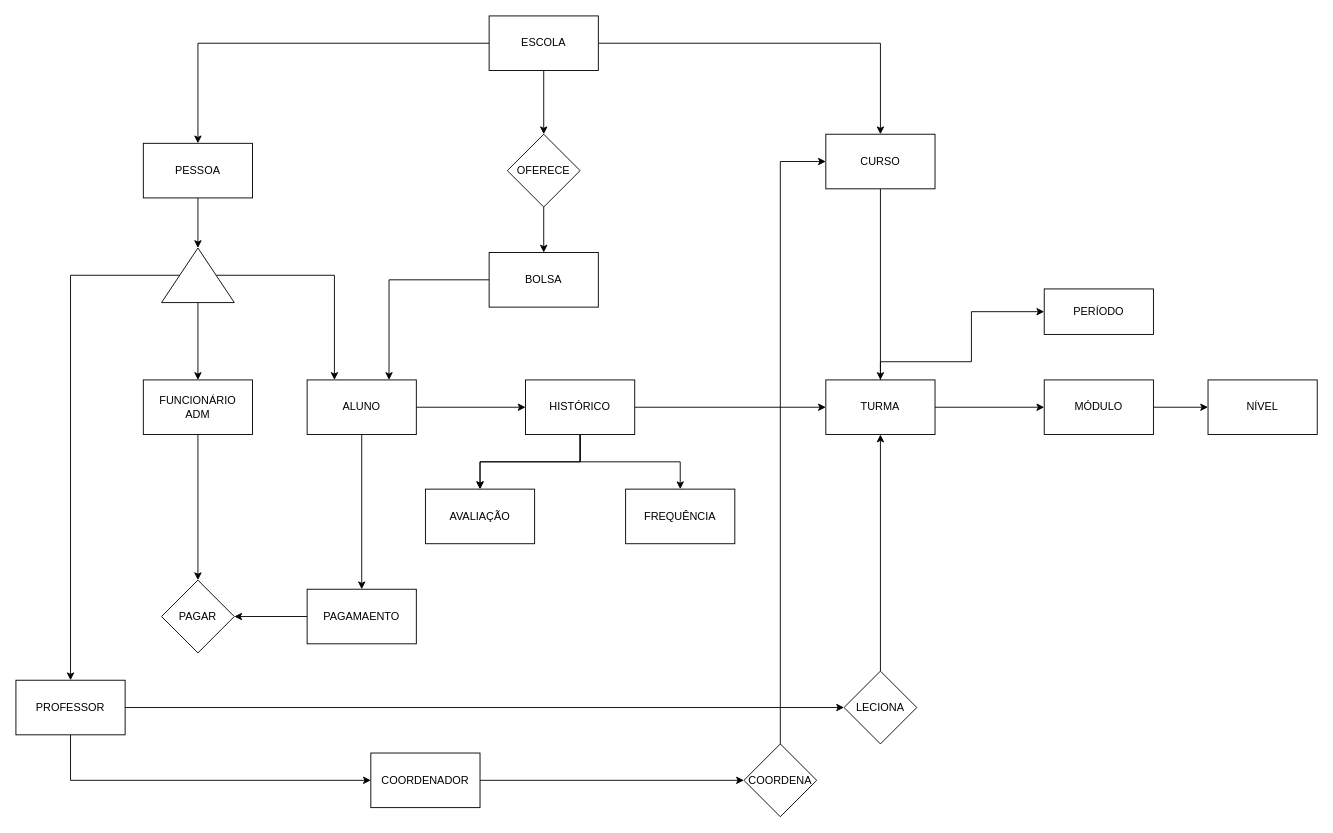
Before: diagrama2.0.drawio in n1lima/diagrama2.0_BD, a draw.io diagram. Source tidied: cells renumbered, new cells numbered last; positions are measured from the earlier drawing's top-left corner, leaving out a move shared by most shapes. Both pictures are drawn from the tidied source at 91%, with x=0, y=0 at pixel (15, 15).
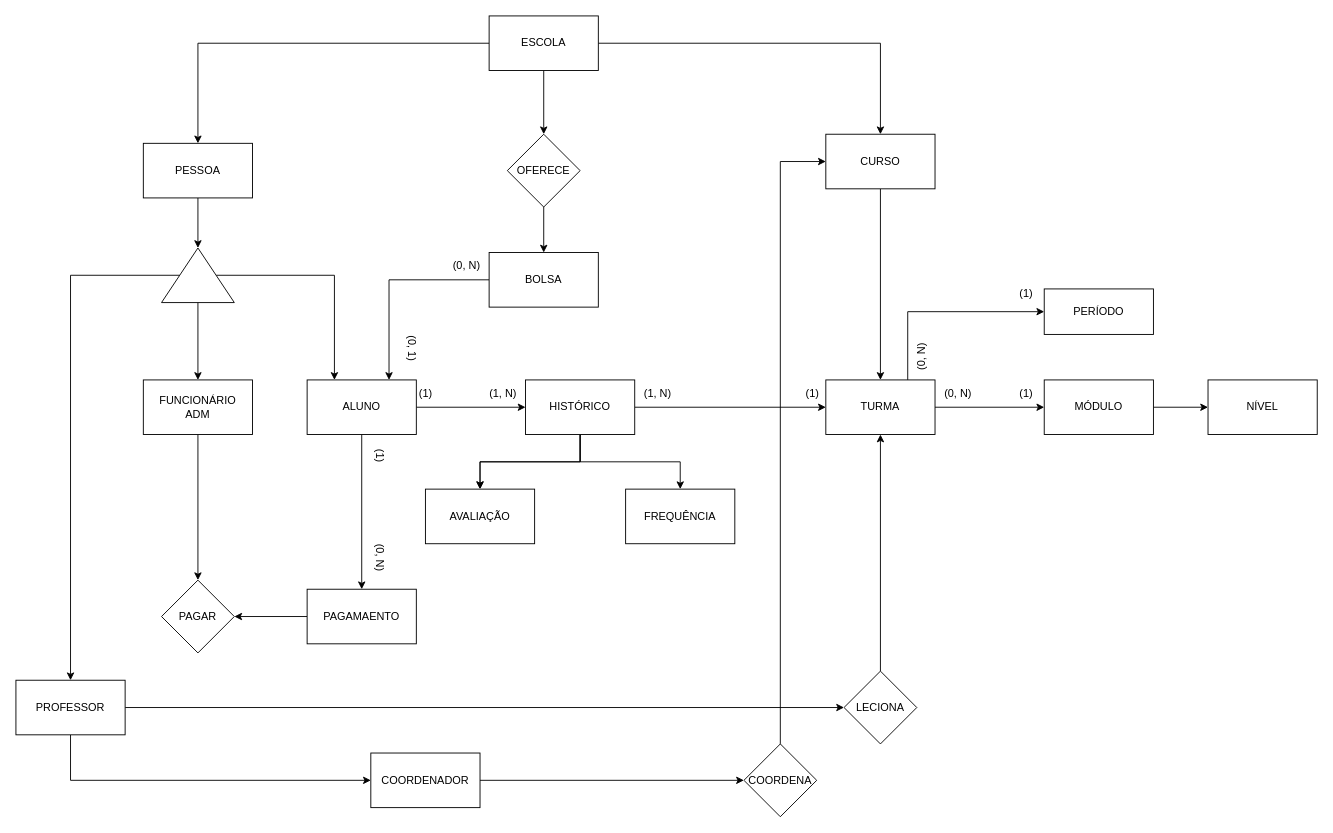
Above is the later version.

The change refers to these unchanged cells:
```xml
<mxCell id="28" value="&lt;font style=&quot;color: light-dark(rgb(0, 0, 0), rgb(0, 0, 0));&quot;&gt;TURMA&lt;/font&gt;" style="whiteSpace=wrap;html=1;fillColor=light-dark(#FFFFFF,#FFFFFF);" parent="1" vertex="1">
  <mxGeometry x="890" y="400" width="120" height="60" as="geometry" />
</mxCell>
<mxCell id="29" value="&lt;font style=&quot;color: light-dark(rgb(0, 0, 0), rgb(0, 0, 0));&quot;&gt;PERÍODO&lt;/font&gt;" style="whiteSpace=wrap;html=1;fillColor=light-dark(#FFFFFF,#FFFFFF);" parent="1" vertex="1">
  <mxGeometry x="1130" y="300" width="120" height="50" as="geometry" />
</mxCell>
```

Change to the diagram source:
```diff
@@
     <mxCell id="26" style="edgeStyle=orthogonalEdgeStyle;rounded=0;jettySize=auto;html=1;" parent="1" edge="1" source="28" target="29">
       <mxGeometry relative="1" as="geometry">
         <Array as="points">
-          <mxPoint x="1050" y="380" />
+          <mxPoint x="980" y="325" />
         </Array>
       </mxGeometry>
     </mxCell>
@@
+    <mxCell id="50" value="(0, N)" style="text;html=1;align=center;verticalAlign=middle;strokeColor=none;fillColor=none;" parent="1" vertex="1">
+      <mxGeometry x="470" y="260" width="50" height="30" as="geometry" />
+    </mxCell>
+    <mxCell id="51" value="(0, 1)" style="text;html=1;align=center;verticalAlign=middle;strokeColor=none;fillColor=none;rotation=90;" parent="1" vertex="1">
+      <mxGeometry x="410" y="350" width="50" height="30" as="geometry" />
+    </mxCell>
+    <mxCell id="52" value="(1, N)" style="text;html=1;align=center;verticalAlign=middle;strokeColor=none;fillColor=none;" parent="1" vertex="1">
+      <mxGeometry x="680" y="400" width="50" height="30" as="geometry" />
+    </mxCell>
+    <mxCell id="53" value="(1)" style="text;html=1;align=center;verticalAlign=middle;strokeColor=none;fillColor=none;" parent="1" vertex="1">
+      <mxGeometry x="855" y="400" width="40" height="30" as="geometry" />
+    </mxCell>
+    <mxCell id="54" value="(1)" style="text;html=1;align=center;verticalAlign=middle;strokeColor=none;fillColor=none;" parent="1" vertex="1">
+      <mxGeometry x="430" y="400" width="40" height="30" as="geometry" />
+    </mxCell>
+    <mxCell id="55" value="(1, N)" style="text;html=1;align=center;verticalAlign=middle;strokeColor=none;fillColor=none;" parent="1" vertex="1">
+      <mxGeometry x="510" y="400" width="50" height="30" as="geometry" />
+    </mxCell>
+    <mxCell id="56" value="(1)" style="text;html=1;align=center;verticalAlign=middle;strokeColor=none;fillColor=none;rotation=90;" parent="1" vertex="1">
+      <mxGeometry x="380" y="468" width="40" height="30" as="geometry" />
+    </mxCell>
+    <mxCell id="57" value="(0, N)" style="text;html=1;align=center;verticalAlign=middle;strokeColor=none;fillColor=none;rotation=90;" parent="1" vertex="1">
+      <mxGeometry x="375" y="580" width="50" height="30" as="geometry" />
+    </mxCell>
+    <mxCell id="58" value="(1)" style="text;html=1;align=center;verticalAlign=middle;strokeColor=none;fillColor=none;" parent="1" vertex="1">
+      <mxGeometry x="1090" y="290" width="40" height="30" as="geometry" />
+    </mxCell>
+    <mxCell id="59" value="(1)" style="text;html=1;align=center;verticalAlign=middle;strokeColor=none;fillColor=none;" parent="1" vertex="1">
+      <mxGeometry x="1090" y="400" width="40" height="30" as="geometry" />
+    </mxCell>
+    <mxCell id="60" value="(0, N)" style="text;html=1;align=center;verticalAlign=middle;strokeColor=none;fillColor=none;rotation=-90;" parent="1" vertex="1">
+      <mxGeometry x="970" y="360" width="50" height="30" as="geometry" />
+    </mxCell>
+    <mxCell id="61" value="(0, N)" style="text;html=1;align=center;verticalAlign=middle;strokeColor=none;fillColor=none;rotation=0;" parent="1" vertex="1">
+      <mxGeometry x="1010" y="400" width="50" height="30" as="geometry" />
+    </mxCell>
```
